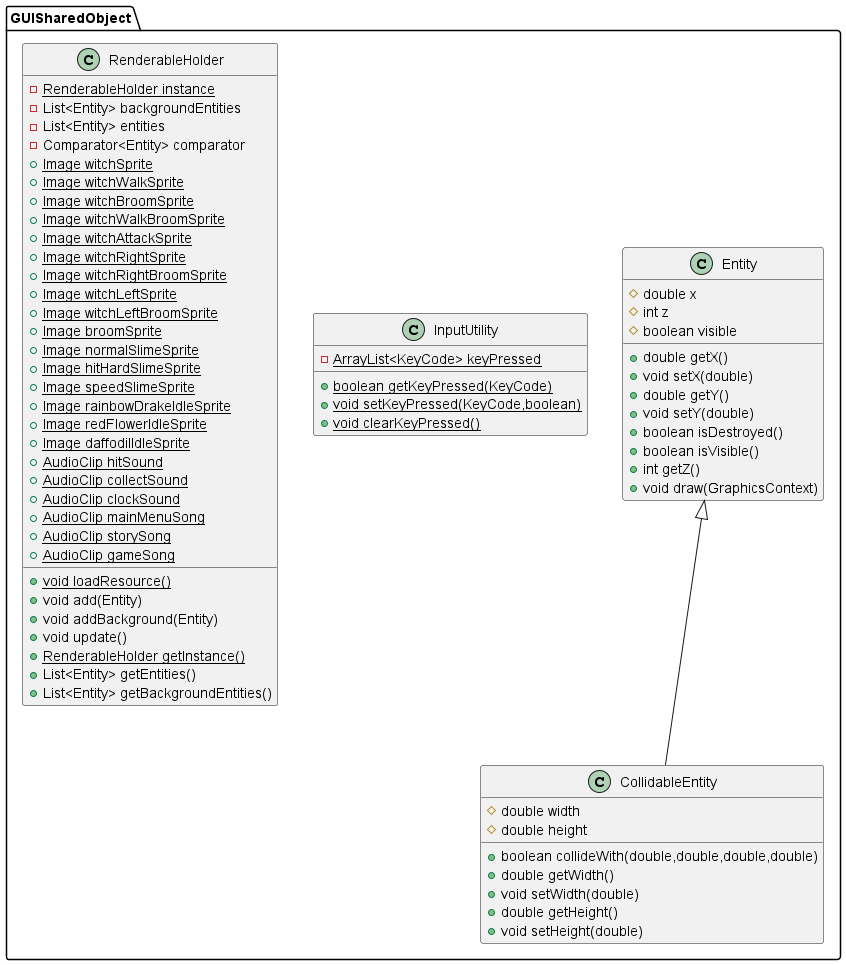
Above: UML_eachPackage/UML_GUISharedObject.png in Brnn043/Witchs-Garden (PlantUML), before the change. Its diagram source:
```plantuml
@startuml
class GUISharedObject.Entity {
# double x
# int z
# boolean visible
+ double getX()
+ void setX(double)
+ double getY()
+ void setY(double)
+ boolean isDestroyed()
+ boolean isVisible()
+ int getZ()
+ void draw(GraphicsContext)
}
class GUISharedObject.InputUtility {
- {static} ArrayList<KeyCode> keyPressed
+ {static} boolean getKeyPressed(KeyCode)
+ {static} void setKeyPressed(KeyCode,boolean)
+ {static} void clearKeyPressed()
}
class GUISharedObject.CollidableEntity {
# double width
# double height
+ boolean collideWith(double,double,double,double)
+ double getWidth()
+ void setWidth(double)
+ double getHeight()
+ void setHeight(double)
}
class GUISharedObject.RenderableHolder {
- {static} RenderableHolder instance
- List<Entity> backgroundEntities
- List<Entity> entities
- Comparator<Entity> comparator
+ {static} Image witchSprite
+ {static} Image witchWalkSprite
+ {static} Image witchBroomSprite
+ {static} Image witchWalkBroomSprite
+ {static} Image witchAttackSprite
+ {static} Image witchRightSprite
+ {static} Image witchRightBroomSprite
+ {static} Image witchLeftSprite
+ {static} Image witchLeftBroomSprite
+ {static} Image broomSprite
+ {static} Image normalSlimeSprite
+ {static} Image hitHardSlimeSprite
+ {static} Image speedSlimeSprite
+ {static} Image rainbowDrakeIdleSprite
+ {static} Image redFlowerIdleSprite
+ {static} Image daffodilIdleSprite
+ {static} AudioClip hitSound
+ {static} AudioClip collectSound
+ {static} AudioClip clockSound
+ {static} AudioClip mainMenuSong
+ {static} AudioClip storySong
+ {static} AudioClip gameSong
+ {static} void loadResource()
+ void add(Entity)
+ void addBackground(Entity)
+ void update()
+ {static} RenderableHolder getInstance()
+ List<Entity> getEntities()
+ List<Entity> getBackgroundEntities()
}


GUISharedObject.Entity <|-- GUISharedObject.CollidableEntity
@enduml
```
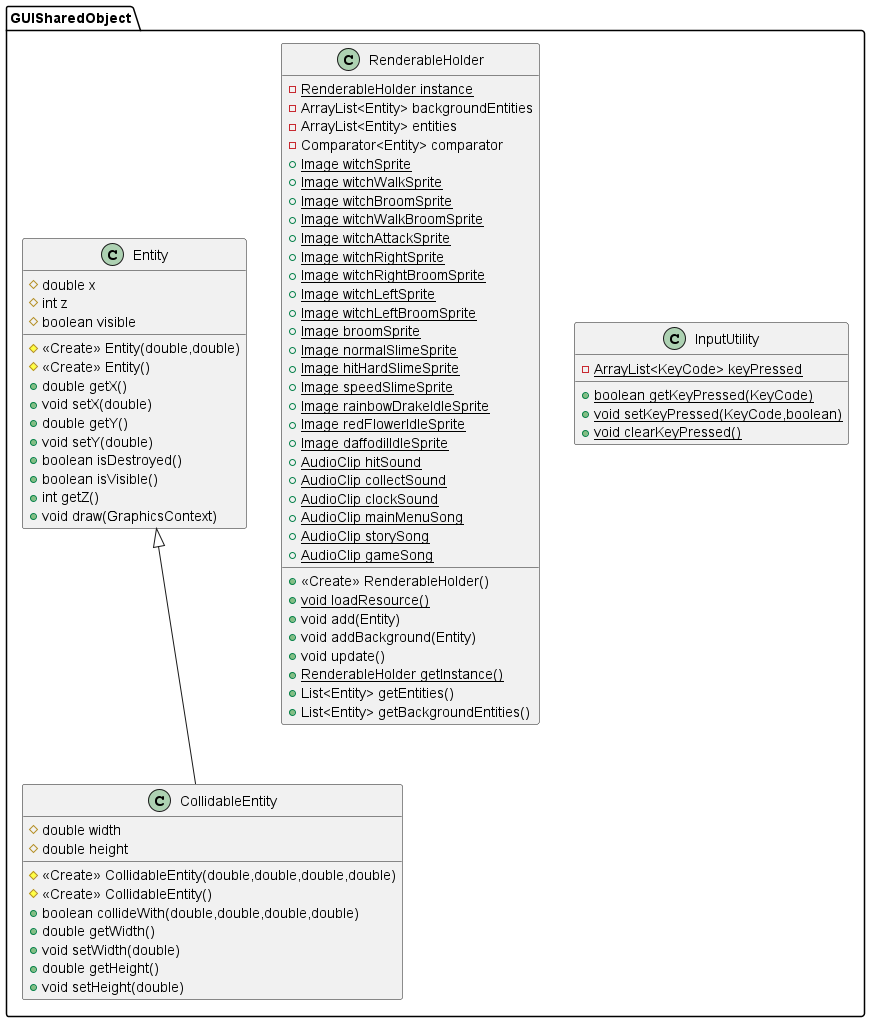
After the change.

Change to the diagram source:
```diff
@@ -1,36 +1,16 @@
 @startuml
-class GUISharedObject.Entity {
-# double x
-# int z
-# boolean visible
-+ double getX()
-+ void setX(double)
-+ double getY()
-+ void setY(double)
-+ boolean isDestroyed()
-+ boolean isVisible()
-+ int getZ()
-+ void draw(GraphicsContext)
-}
 class GUISharedObject.InputUtility {
 - {static} ArrayList<KeyCode> keyPressed
 + {static} boolean getKeyPressed(KeyCode)
 + {static} void setKeyPressed(KeyCode,boolean)
 + {static} void clearKeyPressed()
 }
-class GUISharedObject.CollidableEntity {
-# double width
-# double height
-+ boolean collideWith(double,double,double,double)
-+ double getWidth()
-+ void setWidth(double)
-+ double getHeight()
-+ void setHeight(double)
-}
+
+
 class GUISharedObject.RenderableHolder {
 - {static} RenderableHolder instance
-- List<Entity> backgroundEntities
-- List<Entity> entities
+- ArrayList<Entity> backgroundEntities
+- ArrayList<Entity> entities
 - Comparator<Entity> comparator
 + {static} Image witchSprite
 + {static} Image witchWalkSprite
@@ -54,6 +34,7 @@
 + {static} AudioClip mainMenuSong
 + {static} AudioClip storySong
 + {static} AudioClip gameSong
++ <<Create>> RenderableHolder()
 + {static} void loadResource()
 + void add(Entity)
 + void addBackground(Entity)
@@ -64,5 +45,37 @@
 }
 
 
+class GUISharedObject.Entity {
+# double x
+# int z
+# boolean visible
+# <<Create>> Entity(double,double)
+# <<Create>> Entity()
++ double getX()
++ void setX(double)
++ double getY()
++ void setY(double)
++ boolean isDestroyed()
++ boolean isVisible()
++ int getZ()
++ void draw(GraphicsContext)
+}
+
+
+class GUISharedObject.CollidableEntity {
+# double width
+# double height
+# <<Create>> CollidableEntity(double,double,double,double)
+# <<Create>> CollidableEntity()
++ boolean collideWith(double,double,double,double)
++ double getWidth()
++ void setWidth(double)
++ double getHeight()
++ void setHeight(double)
+}
+
+
+
+
 GUISharedObject.Entity <|-- GUISharedObject.CollidableEntity
 @enduml
```
